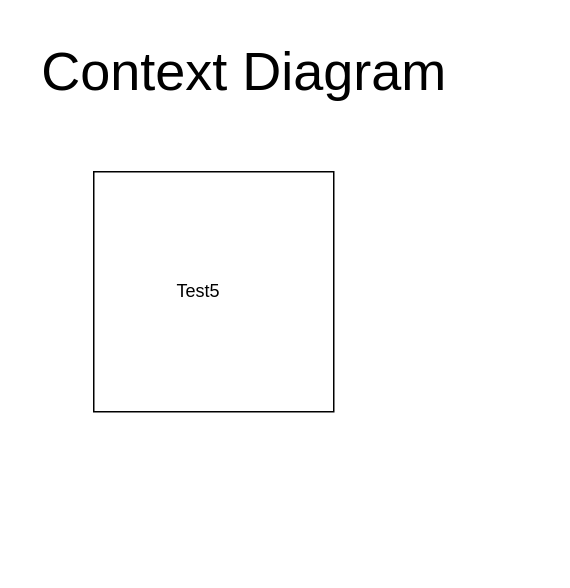
Above: diagrams/contextdiagram.drawio in martintara/kaffeknekt (draw.io), before the change. Source tidied: cells renumbered, new cells numbered last; positions are measured from the earlier drawing's top-left corner, leaving out a move shared by most shapes. Both pictures are drawn from the tidied source at 150%, with x=0, y=0 at pixel (26, 26).
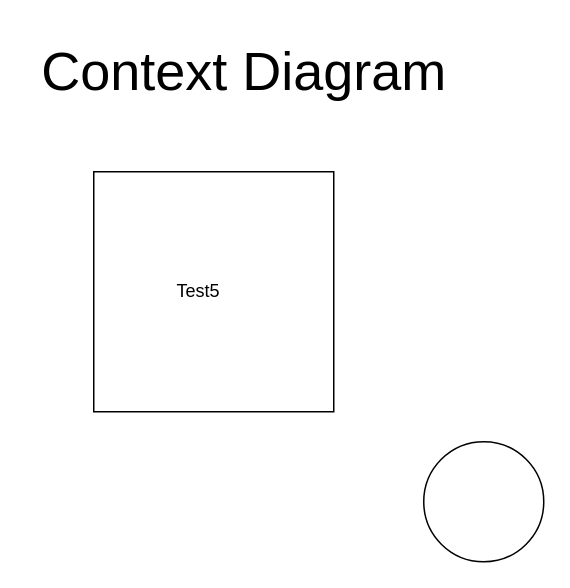
The same page after the edit.

The edit, as a diff of the source:
```diff
@@
 <mxGraphModel>
   <root>
     <mxCell id="0" />
     <mxCell id="1" parent="0" />
     <mxCell id="2" style="whiteSpace=wrap;html=1;" parent="1" vertex="1">
       <mxGeometry x="45" y="97" width="160" height="160" as="geometry" />
     </mxCell>
     <mxCell id="3" value="Test5" style="text;html=1;align=center;verticalAlign=middle;whiteSpace=wrap;rounded=0;" parent="1" vertex="1">
       <mxGeometry x="85" y="162" width="60" height="30" as="geometry" />
     </mxCell>
     <mxCell id="4" value="&lt;font style=&quot;font-size: 36px;&quot;&gt;Context Diagram&lt;/font&gt;" style="text;html=1;align=center;verticalAlign=middle;strokeColor=none;fillColor=none;" parent="1" vertex="1">
       <mxGeometry width="290" height="60" as="geometry" />
     </mxCell>
+    <mxCell id="5" style="ellipse;whiteSpace=wrap;html=1;" parent="1" vertex="1">
+      <mxGeometry x="265" y="277" width="80" height="80" as="geometry" />
+    </mxCell>
   </root>
 </mxGraphModel>
```
